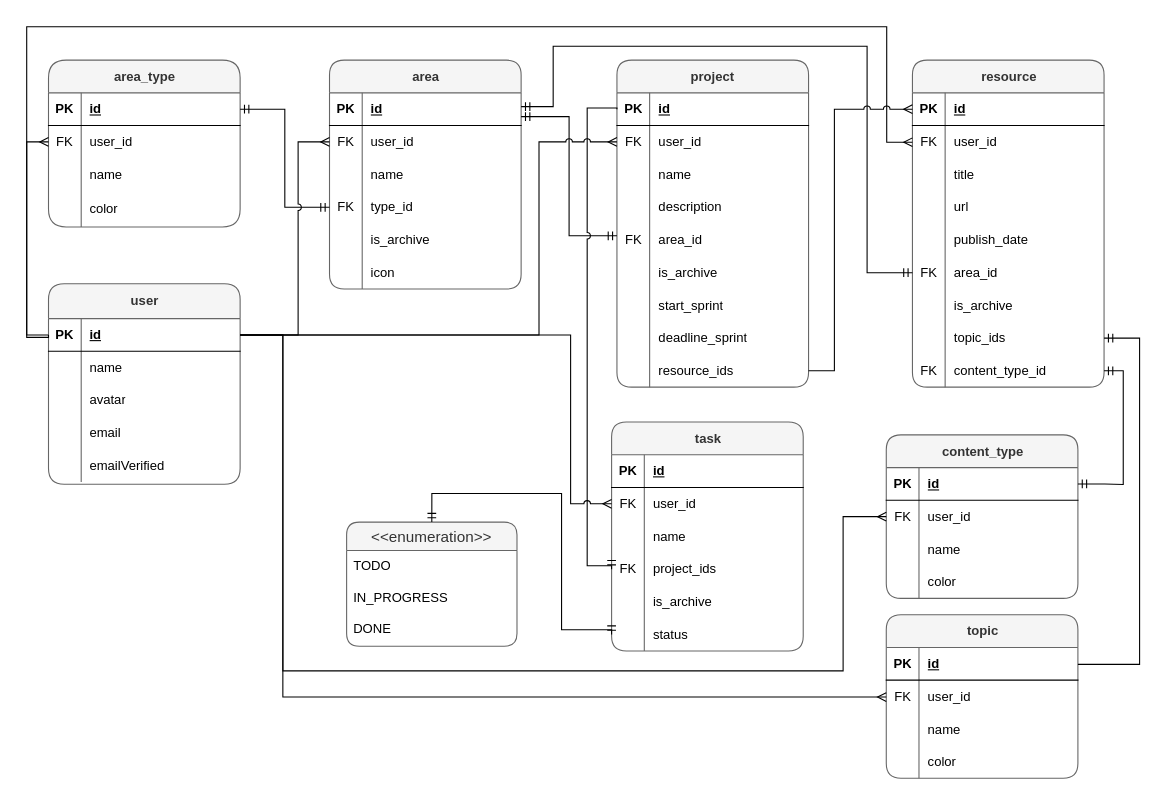
Earlier version of the draw.io diagram Setala-App.drawio (yogiprsetya/app.diagrams.net). Source tidied: cells renumbered, new cells numbered last; positions are measured from the earlier drawing's top-left corner, leaving out a move shared by most shapes. Both pictures are drawn from the tidied source at 109%, with x=0, y=0 at pixel (26, 26).
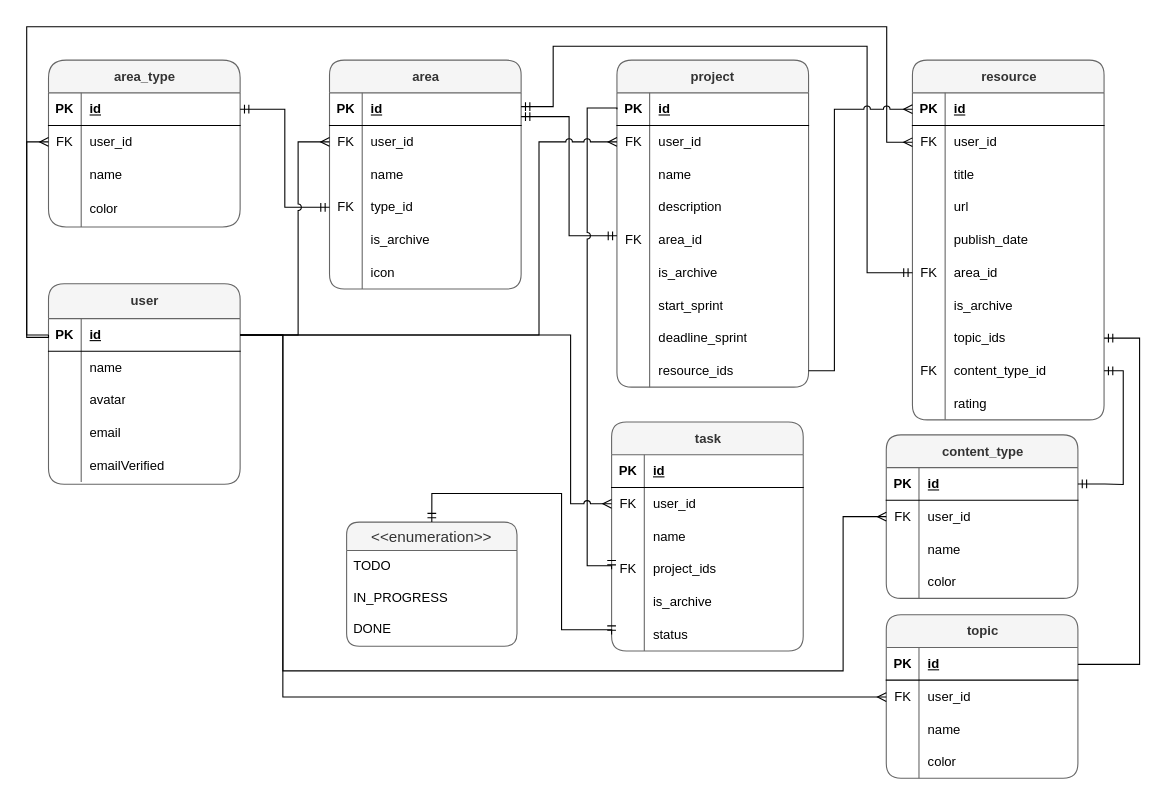
The same page after the edit.

Diff of the diagram source:
```diff
@@
     <mxCell id="64" value="resource" style="shape=table;startSize=30;childLayout=tableLayout;rowLines=0;fontStyle=1;align=center;html=1;rounded=1;fillColor=#f5f5f5;fontColor=#333333;strokeColor=#666666;" parent="1" vertex="1">
-      <mxGeometry x="812.6" y="30.7" width="175.8" height="300" as="geometry" />
+      <mxGeometry x="812.6" y="30.7" width="175.8" height="330" as="geometry" />
     </mxCell>
@@
+    <mxCell id="170" style="shape=tableRow;horizontal=0;startSize=0;swimlaneHead=0;swimlaneBody=0;fillColor=none;top=0;left=0;right=0;bottom=0;" parent="64" vertex="1">
+      <mxGeometry y="300" width="175.8" height="30" as="geometry" />
+    </mxCell>
+    <mxCell id="171" style="shape=partialRectangle;fillColor=none;top=0;left=0;bottom=0;right=0;overflow=hidden;whiteSpace=wrap;html=1;" parent="170" vertex="1">
+      <mxGeometry width="30" height="30" as="geometry" />
+    </mxCell>
+    <mxCell id="172" value="rating" style="shape=partialRectangle;fillColor=none;top=0;left=0;bottom=0;right=0;align=left;spacingLeft=6;overflow=hidden;whiteSpace=wrap;html=1;" parent="170" vertex="1">
+      <mxGeometry x="30" width="145.8" height="30" as="geometry" />
+    </mxCell>
```
